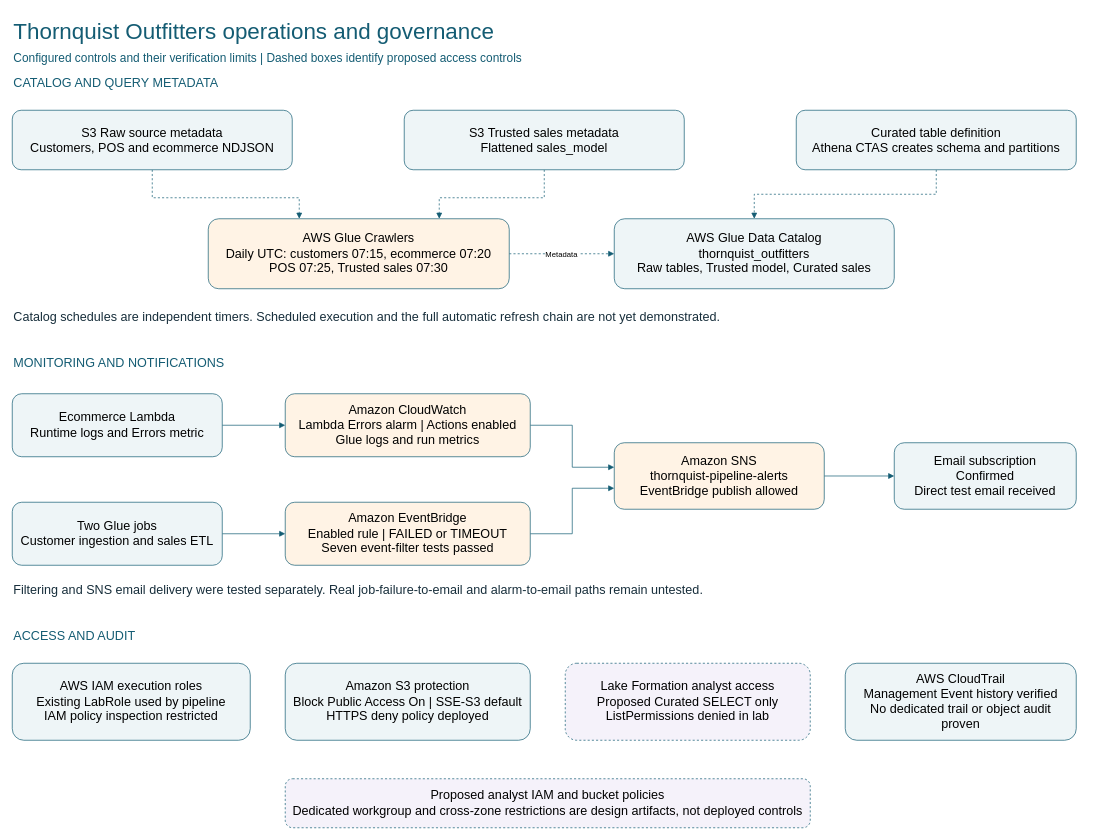
Above: page "Operations and governance" (2 of 2) of architecture/Thornquist_Architecture.drawio in akinnirunseyi-web/thornquist-outfitters-data-lake (draw.io), before the change. Source tidied: cells renumbered, new cells numbered last; positions are measured from the earlier drawing's top-left corner, leaving out a move shared by most shapes. Both pictures are drawn from the tidied source at 70%, with x=0, y=0 at pixel (12, 12).
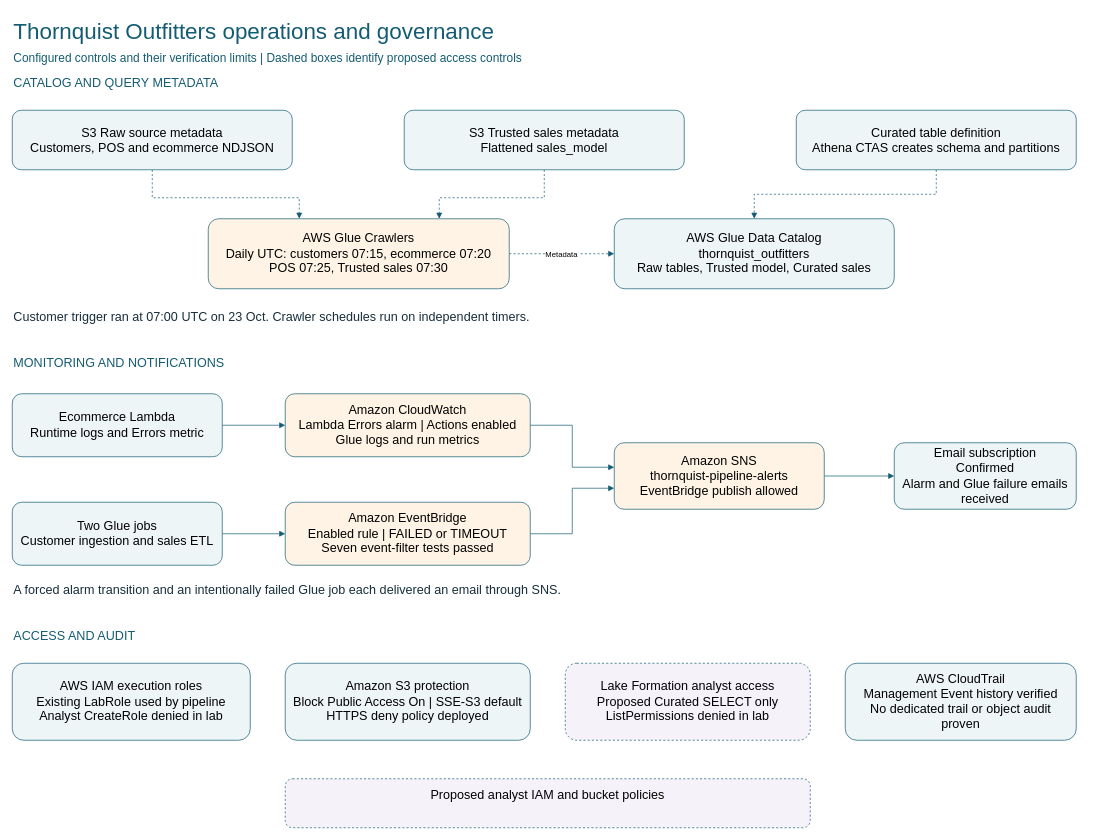
Above is the later version.

Change to the diagram source:
```diff
@@
-    <mxCell id="5" value="Catalog schedules are independent timers. Scheduled execution and the full automatic refresh chain are not yet demonstrated." style="text;html=0;align=left;fontSize=18;fontColor=#172e3b;" parent="1" vertex="1">
+    <mxCell id="5" value="Customer trigger ran at 07:00 UTC on 23 Oct. Crawler schedules run on independent timers." style="text;html=0;align=left;fontSize=18;fontColor=#172e3b;" parent="1" vertex="1">
       <mxGeometry y="418" width="1540" height="35" as="geometry" />
     </mxCell>
@@
-    <mxCell id="7" value="Filtering and SNS email delivery were tested separately. Real job-failure-to-email and alarm-to-email paths remain untested." style="text;html=0;align=left;fontSize=18;fontColor=#172e3b;" parent="1" vertex="1">
+    <mxCell id="7" value="A forced alarm transition and an intentionally failed Glue job each delivered an email through SNS." style="text;html=0;align=left;fontSize=18;fontColor=#172e3b;" parent="1" vertex="1">
       <mxGeometry y="808" width="1540" height="35" as="geometry" />
     </mxCell>
@@
-    <mxCell id="26" value="Email subscription&#10;Confirmed&#10;Direct test email received" style="rounded=1;whiteSpace=wrap;html=0;fillColor=#EEF5F7;strokeColor=#145c73;fontSize=18;spacing=10;" parent="1" vertex="1">
+    <mxCell id="26" value="Email subscription&#10;Confirmed&#10;Alarm and Glue failure emails received" style="rounded=1;whiteSpace=wrap;html=0;fillColor=#EEF5F7;strokeColor=#145c73;fontSize=18;spacing=10;" parent="1" vertex="1">
       <mxGeometry x="1260" y="615" width="260" height="95" as="geometry" />
     </mxCell>
@@
-    <mxCell id="29" value="AWS IAM execution roles&#10;Existing LabRole used by pipeline&#10;IAM policy inspection restricted" style="rounded=1;whiteSpace=wrap;html=0;fillColor=#EEF5F7;strokeColor=#145c73;fontSize=18;spacing=10;" parent="1" vertex="1">
+    <mxCell id="29" value="AWS IAM execution roles&#10;Existing LabRole used by pipeline&#10;Analyst CreateRole denied in lab" style="rounded=1;whiteSpace=wrap;html=0;fillColor=#EEF5F7;strokeColor=#145c73;fontSize=18;spacing=10;" parent="1" vertex="1">
       <mxGeometry y="930" width="340" height="110" as="geometry" />
     </mxCell>
@@
-    <mxCell id="33" value="Proposed analyst IAM and bucket policies&#10;Dedicated workgroup and cross-zone restrictions are design artifacts, not deployed controls" style="rounded=1;whiteSpace=wrap;html=0;fillColor=#F5F2FA;strokeColor=#145c73;fontSize=18;spacing=10;dashed=1;" parent="1" vertex="1">
+    <mxCell id="33" value="Proposed analyst IAM and bucket policies&#10;" style="rounded=1;whiteSpace=wrap;html=0;fillColor=#F5F2FA;strokeColor=#145c73;fontSize=18;spacing=10;dashed=1;" parent="1" vertex="1">
       <mxGeometry x="390" y="1095" width="750" height="70" as="geometry" />
     </mxCell>
```
